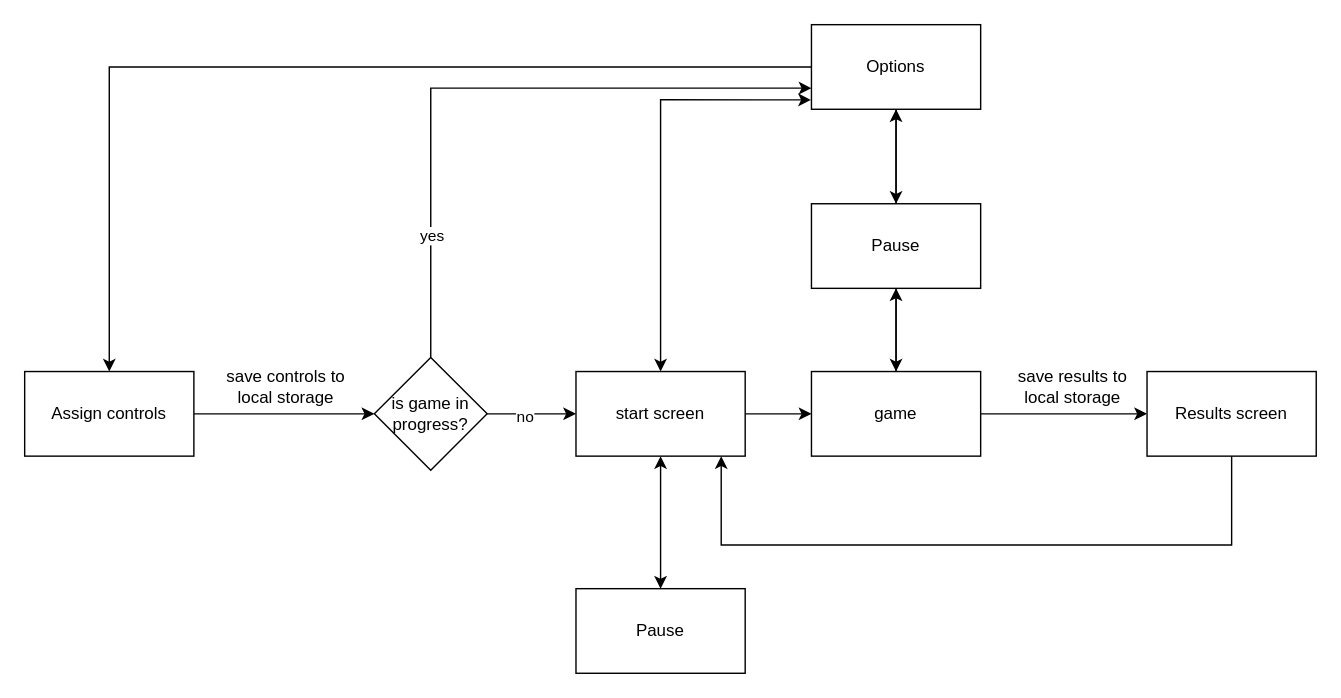
Earlier version of the draw.io diagram page "user-flow" (1 of 2) of diagrams/forward-game.drawio (electrovir/forward-game). Source tidied: cells renumbered, new cells numbered last; positions are measured from the earlier drawing's top-left corner, leaving out a move shared by most shapes. Both pictures are drawn from the tidied source at 141%, with x=0, y=0 at pixel (24, 24).
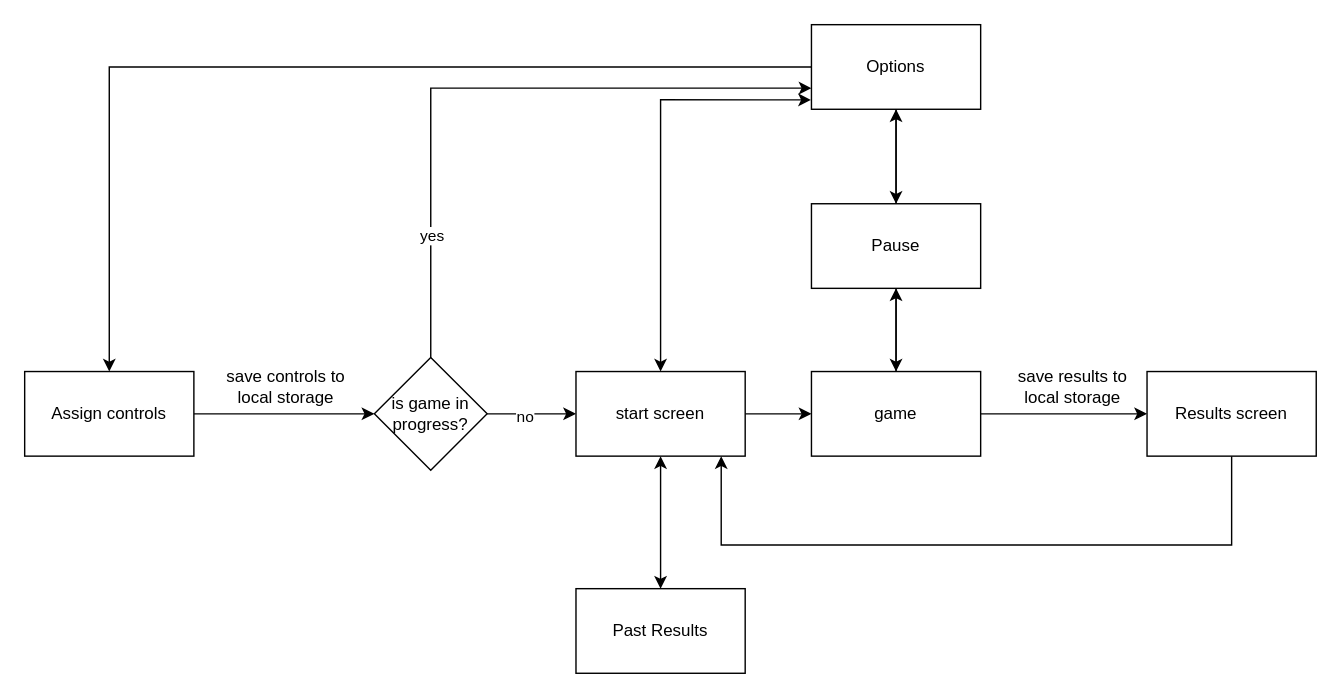
After the change.

Change to the diagram source:
```diff
@@
-    <mxCell id="26" value="Pause" style="rounded=0;whiteSpace=wrap;html=1;" parent="1" vertex="1">
+    <mxCell id="26" value="Past Results" style="rounded=0;whiteSpace=wrap;html=1;" parent="1" vertex="1">
       <mxGeometry x="391" y="400" width="120" height="60" as="geometry" />
     </mxCell>
```
